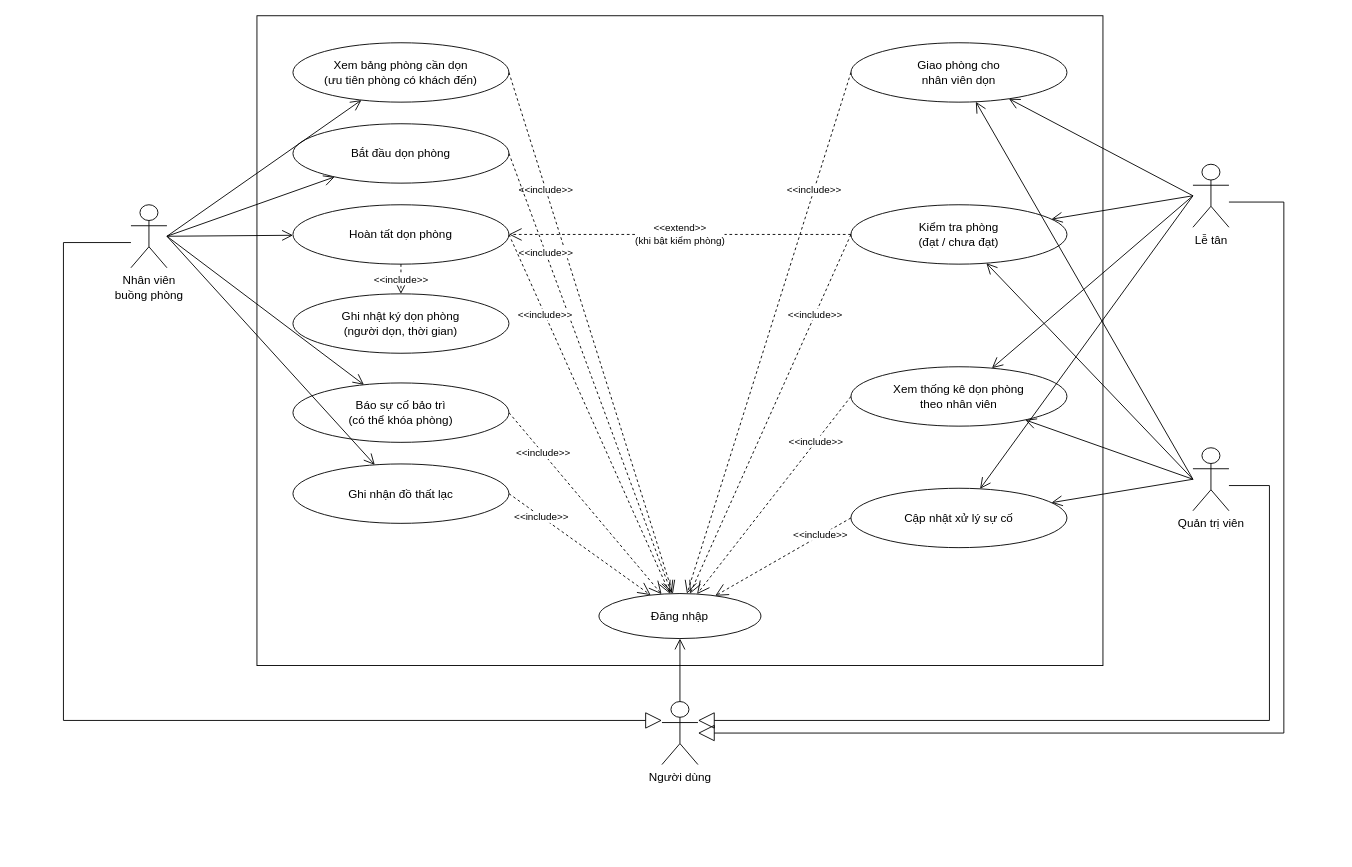
Before: docs/use-case/phan-ra/uc6-don-kiem-phong.drawio in ngynquchn2511/beach-hotel, a draw.io diagram. Source tidied: cells renumbered, new cells numbered last; positions are measured from the earlier drawing's top-left corner, leaving out a move shared by most shapes. Both pictures are drawn from the tidied source at 90%, with x=0, y=0 at pixel (63, 15).
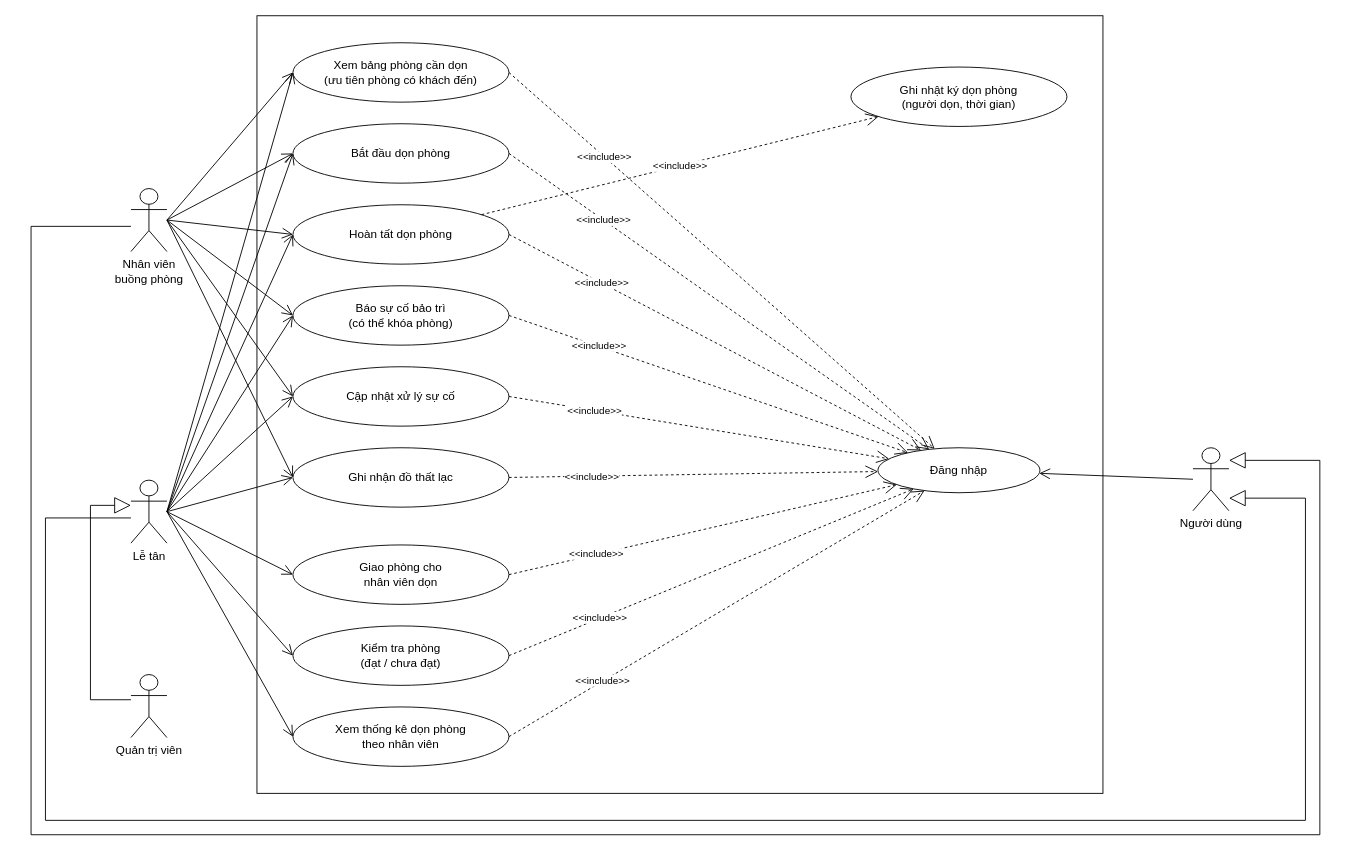
The same page after the edit.

The change refers to these unchanged cells:
```xml
<mxCell id="3" value="Xem bảng phòng cần dọn&lt;br&gt;(ưu tiên phòng có khách đến)" style="ellipse;whiteSpace=wrap;html=1;fillColor=#FFFFFF;strokeColor=#000000;fontSize=13;" parent="1" vertex="1">
  <mxGeometry x="255" y="30" width="240" height="66" as="geometry" />
</mxCell>
<mxCell id="4" value="Bắt đầu dọn phòng" style="ellipse;whiteSpace=wrap;html=1;fillColor=#FFFFFF;strokeColor=#000000;fontSize=13;" parent="1" vertex="1">
  <mxGeometry x="255" y="120" width="240" height="66" as="geometry" />
</mxCell>
<mxCell id="5" value="Hoàn tất dọn phòng" style="ellipse;whiteSpace=wrap;html=1;fillColor=#FFFFFF;strokeColor=#000000;fontSize=13;" parent="1" vertex="1">
  <mxGeometry x="255" y="210" width="240" height="66" as="geometry" />
</mxCell>
```

What changed in the source:
```diff
@@
     <mxCell id="2" style="rounded=0;whiteSpace=wrap;html=1;fillColor=none;strokeColor=#000000;" parent="1" vertex="1">
-      <mxGeometry x="215" width="940" height="722" as="geometry" />
+      <mxGeometry x="215" width="940" height="864" as="geometry" />
     </mxCell>
@@
     <mxCell id="6" value="Báo sự cố bảo trì&lt;br&gt;(có thể khóa phòng)" style="ellipse;whiteSpace=wrap;html=1;fillColor=#FFFFFF;strokeColor=#000000;fontSize=13;" parent="1" vertex="1">
-      <mxGeometry x="255" y="408" width="240" height="66" as="geometry" />
+      <mxGeometry x="255" y="300" width="240" height="66" as="geometry" />
     </mxCell>
+    <mxCell id="12" value="Cập nhật xử lý sự cố" style="ellipse;whiteSpace=wrap;html=1;fillColor=#FFFFFF;strokeColor=#000000;fontSize=13;" parent="1" vertex="1">
+      <mxGeometry x="255" y="390" width="240" height="66" as="geometry" />
+    </mxCell>
     <mxCell id="7" value="Ghi nhận đồ thất lạc" style="ellipse;whiteSpace=wrap;html=1;fillColor=#FFFFFF;strokeColor=#000000;fontSize=13;" parent="1" vertex="1">
-      <mxGeometry x="255" y="498" width="240" height="66" as="geometry" />
+      <mxGeometry x="255" y="480" width="240" height="66" as="geometry" />
     </mxCell>
-    <mxCell id="8" value="Ghi nhật ký dọn phòng&lt;br&gt;(người dọn, thời gian)" style="ellipse;whiteSpace=wrap;html=1;fillColor=#FFFFFF;strokeColor=#000000;fontSize=13;" parent="1" vertex="1">
-      <mxGeometry x="255" y="309" width="240" height="66" as="geometry" />
-    </mxCell>
     <mxCell id="9" value="Giao phòng cho&lt;br&gt;nhân viên dọn" style="ellipse;whiteSpace=wrap;html=1;fillColor=#FFFFFF;strokeColor=#000000;fontSize=13;" parent="1" vertex="1">
-      <mxGeometry x="875" y="30" width="240" height="66" as="geometry" />
+      <mxGeometry x="255" y="588" width="240" height="66" as="geometry" />
     </mxCell>
     <mxCell id="10" value="Kiểm tra phòng&lt;br&gt;(đạt / chưa đạt)" style="ellipse;whiteSpace=wrap;html=1;fillColor=#FFFFFF;strokeColor=#000000;fontSize=13;" parent="1" vertex="1">
-      <mxGeometry x="875" y="210" width="240" height="66" as="geometry" />
+      <mxGeometry x="255" y="678" width="240" height="66" as="geometry" />
     </mxCell>
     <mxCell id="11" value="Xem thống kê dọn phòng&lt;br&gt;theo nhân viên" style="ellipse;whiteSpace=wrap;html=1;fillColor=#FFFFFF;strokeColor=#000000;fontSize=13;" parent="1" vertex="1">
-      <mxGeometry x="875" y="390" width="240" height="66" as="geometry" />
+      <mxGeometry x="255" y="768" width="240" height="66" as="geometry" />
     </mxCell>
-    <mxCell id="12" value="Cập nhật xử lý sự cố" style="ellipse;whiteSpace=wrap;html=1;fillColor=#FFFFFF;strokeColor=#000000;fontSize=13;" parent="1" vertex="1">
-      <mxGeometry x="875" y="525" width="240" height="66" as="geometry" />
-    </mxCell>
+    <mxCell id="8" value="Ghi nhật ký dọn phòng&lt;br&gt;(người dọn, thời gian)" style="ellipse;whiteSpace=wrap;html=1;fillColor=#FFFFFF;strokeColor=#000000;fontSize=13;" parent="1" vertex="1">
+      <mxGeometry x="875" y="57" width="240" height="66" as="geometry" />
+    </mxCell>
     <mxCell id="13" value="Đăng nhập" style="ellipse;whiteSpace=wrap;html=1;fillColor=#FFFFFF;strokeColor=#000000;fontSize=13;" parent="1" vertex="1">
-      <mxGeometry x="595" y="642" width="180" height="50" as="geometry" />
+      <mxGeometry x="905" y="480" width="180" height="50" as="geometry" />
     </mxCell>
     <mxCell id="14" value="Nhân viên&lt;br&gt;buồng phòng" style="shape=umlActor;verticalLabelPosition=bottom;verticalAlign=top;html=1;outlineConnect=0;fillColor=#FFFFFF;strokeColor=#000000;fontSize=13;" parent="1" vertex="1">
-      <mxGeometry x="75" y="210" width="40" height="70" as="geometry" />
+      <mxGeometry x="75" y="192" width="40" height="70" as="geometry" />
     </mxCell>
     <mxCell id="15" value="Lễ tân" style="shape=umlActor;verticalLabelPosition=bottom;verticalAlign=top;html=1;outlineConnect=0;fillColor=#FFFFFF;strokeColor=#000000;fontSize=13;" parent="1" vertex="1">
-      <mxGeometry x="1255" y="165" width="40" height="70" as="geometry" />
+      <mxGeometry x="75" y="516" width="40" height="70" as="geometry" />
     </mxCell>
     <mxCell id="16" value="Quản trị viên" style="shape=umlActor;verticalLabelPosition=bottom;verticalAlign=top;html=1;outlineConnect=0;fillColor=#FFFFFF;strokeColor=#000000;fontSize=13;" parent="1" vertex="1">
-      <mxGeometry x="1255" y="480" width="40" height="70" as="geometry" />
+      <mxGeometry x="75" y="732" width="40" height="70" as="geometry" />
     </mxCell>
-    <mxCell id="17" style="endArrow=open;endSize=10;html=1;rounded=0;strokeColor=#000000;exitX=1;exitY=0.5;exitDx=0;exitDy=0;exitPerimeter=0;" parent="1" edge="1" source="14" target="3">
+    <mxCell id="17" style="endArrow=open;endSize=10;html=1;rounded=0;strokeColor=#000000;exitX=1;exitY=0.5;exitDx=0;exitDy=0;exitPerimeter=0;entryX=0;entryY=0.5;entryDx=0;entryDy=0;" parent="1" edge="1" source="14" target="3">
       <mxGeometry relative="1" as="geometry" />
     </mxCell>
-    <mxCell id="18" style="endArrow=open;endSize=10;html=1;rounded=0;strokeColor=#000000;exitX=1;exitY=0.5;exitDx=0;exitDy=0;exitPerimeter=0;" parent="1" edge="1" source="14" target="4">
+    <mxCell id="18" style="endArrow=open;endSize=10;html=1;rounded=0;strokeColor=#000000;exitX=1;exitY=0.5;exitDx=0;exitDy=0;exitPerimeter=0;entryX=0;entryY=0.5;entryDx=0;entryDy=0;" parent="1" edge="1" source="14" target="4">
       <mxGeometry relative="1" as="geometry" />
     </mxCell>
-    <mxCell id="19" style="endArrow=open;endSize=10;html=1;rounded=0;strokeColor=#000000;exitX=1;exitY=0.5;exitDx=0;exitDy=0;exitPerimeter=0;" parent="1" edge="1" source="14" target="5">
+    <mxCell id="19" style="endArrow=open;endSize=10;html=1;rounded=0;strokeColor=#000000;exitX=1;exitY=0.5;exitDx=0;exitDy=0;exitPerimeter=0;entryX=0;entryY=0.5;entryDx=0;entryDy=0;" parent="1" edge="1" source="14" target="5">
       <mxGeometry relative="1" as="geometry" />
     </mxCell>
-    <mxCell id="20" style="endArrow=open;endSize=10;html=1;rounded=0;strokeColor=#000000;exitX=1;exitY=0.5;exitDx=0;exitDy=0;exitPerimeter=0;" parent="1" edge="1" source="14" target="6">
+    <mxCell id="20" style="endArrow=open;endSize=10;html=1;rounded=0;strokeColor=#000000;exitX=1;exitY=0.5;exitDx=0;exitDy=0;exitPerimeter=0;entryX=0;entryY=0.5;entryDx=0;entryDy=0;" parent="1" edge="1" source="14" target="6">
       <mxGeometry relative="1" as="geometry" />
     </mxCell>
-    <mxCell id="21" style="endArrow=open;endSize=10;html=1;rounded=0;strokeColor=#000000;exitX=1;exitY=0.5;exitDx=0;exitDy=0;exitPerimeter=0;" parent="1" edge="1" source="14" target="7">
+    <mxCell id="21" style="endArrow=open;endSize=10;html=1;rounded=0;strokeColor=#000000;exitX=1;exitY=0.5;exitDx=0;exitDy=0;exitPerimeter=0;entryX=0;entryY=0.5;entryDx=0;entryDy=0;" parent="1" edge="1" source="14" target="12">
       <mxGeometry relative="1" as="geometry" />
     </mxCell>
-    <mxCell id="22" style="endArrow=open;endSize=10;html=1;rounded=0;strokeColor=#000000;exitX=0;exitY=0.5;exitDx=0;exitDy=0;exitPerimeter=0;" parent="1" edge="1" source="15" target="9">
+    <mxCell id="22" style="endArrow=open;endSize=10;html=1;rounded=0;strokeColor=#000000;exitX=1;exitY=0.5;exitDx=0;exitDy=0;exitPerimeter=0;entryX=0;entryY=0.5;entryDx=0;entryDy=0;" parent="1" edge="1" source="14" target="7">
       <mxGeometry relative="1" as="geometry" />
     </mxCell>
-    <mxCell id="23" style="endArrow=open;endSize=10;html=1;rounded=0;strokeColor=#000000;exitX=0;exitY=0.5;exitDx=0;exitDy=0;exitPerimeter=0;" parent="1" edge="1" source="16" target="9">
+    <mxCell id="23" style="endArrow=open;endSize=10;html=1;rounded=0;strokeColor=#000000;exitX=1;exitY=0.5;exitDx=0;exitDy=0;exitPerimeter=0;entryX=0;entryY=0.5;entryDx=0;entryDy=0;" parent="1" edge="1" source="15" target="3">
       <mxGeometry relative="1" as="geometry" />
     </mxCell>
-    <mxCell id="24" style="endArrow=open;endSize=10;html=1;rounded=0;strokeColor=#000000;exitX=0;exitY=0.5;exitDx=0;exitDy=0;exitPerimeter=0;" parent="1" edge="1" source="15" target="10">
+    <mxCell id="24" style="endArrow=open;endSize=10;html=1;rounded=0;strokeColor=#000000;exitX=1;exitY=0.5;exitDx=0;exitDy=0;exitPerimeter=0;entryX=0;entryY=0.5;entryDx=0;entryDy=0;" parent="1" edge="1" source="15" target="4">
       <mxGeometry relative="1" as="geometry" />
     </mxCell>
-    <mxCell id="25" style="endArrow=open;endSize=10;html=1;rounded=0;strokeColor=#000000;exitX=0;exitY=0.5;exitDx=0;exitDy=0;exitPerimeter=0;" parent="1" edge="1" source="16" target="10">
+    <mxCell id="25" style="endArrow=open;endSize=10;html=1;rounded=0;strokeColor=#000000;exitX=1;exitY=0.5;exitDx=0;exitDy=0;exitPerimeter=0;entryX=0;entryY=0.5;entryDx=0;entryDy=0;" parent="1" edge="1" source="15" target="5">
       <mxGeometry relative="1" as="geometry" />
     </mxCell>
-    <mxCell id="26" style="endArrow=open;endSize=10;html=1;rounded=0;strokeColor=#000000;exitX=0;exitY=0.5;exitDx=0;exitDy=0;exitPerimeter=0;" parent="1" edge="1" source="15" target="11">
+    <mxCell id="26" style="endArrow=open;endSize=10;html=1;rounded=0;strokeColor=#000000;exitX=1;exitY=0.5;exitDx=0;exitDy=0;exitPerimeter=0;entryX=0;entryY=0.5;entryDx=0;entryDy=0;" parent="1" edge="1" source="15" target="6">
       <mxGeometry relative="1" as="geometry" />
     </mxCell>
-    <mxCell id="27" style="endArrow=open;endSize=10;html=1;rounded=0;strokeColor=#000000;exitX=0;exitY=0.5;exitDx=0;exitDy=0;exitPerimeter=0;" parent="1" edge="1" source="16" target="11">
+    <mxCell id="27" style="endArrow=open;endSize=10;html=1;rounded=0;strokeColor=#000000;exitX=1;exitY=0.5;exitDx=0;exitDy=0;exitPerimeter=0;entryX=0;entryY=0.5;entryDx=0;entryDy=0;" parent="1" edge="1" source="15" target="12">
       <mxGeometry relative="1" as="geometry" />
     </mxCell>
-    <mxCell id="28" style="endArrow=open;endSize=10;html=1;rounded=0;strokeColor=#000000;exitX=0;exitY=0.5;exitDx=0;exitDy=0;exitPerimeter=0;" parent="1" edge="1" source="15" target="12">
+    <mxCell id="28" style="endArrow=open;endSize=10;html=1;rounded=0;strokeColor=#000000;exitX=1;exitY=0.5;exitDx=0;exitDy=0;exitPerimeter=0;entryX=0;entryY=0.5;entryDx=0;entryDy=0;" parent="1" edge="1" source="15" target="7">
       <mxGeometry relative="1" as="geometry" />
     </mxCell>
-    <mxCell id="29" style="endArrow=open;endSize=10;html=1;rounded=0;strokeColor=#000000;exitX=0;exitY=0.5;exitDx=0;exitDy=0;exitPerimeter=0;" parent="1" edge="1" source="16" target="12">
+    <mxCell id="29" style="endArrow=open;endSize=10;html=1;rounded=0;strokeColor=#000000;exitX=1;exitY=0.5;exitDx=0;exitDy=0;exitPerimeter=0;entryX=0;entryY=0.5;entryDx=0;entryDy=0;" parent="1" edge="1" source="15" target="9">
       <mxGeometry relative="1" as="geometry" />
     </mxCell>
-    <mxCell id="30" value="&amp;lt;&amp;lt;include&amp;gt;&amp;gt;" style="endArrow=open;endSize=12;dashed=1;html=1;rounded=0;strokeColor=#000000;fontSize=11;labelBackgroundColor=#FFFFFF;" parent="1" edge="1" source="5" target="8">
+    <mxCell id="30" style="endArrow=open;endSize=10;html=1;rounded=0;strokeColor=#000000;exitX=1;exitY=0.5;exitDx=0;exitDy=0;exitPerimeter=0;entryX=0;entryY=0.5;entryDx=0;entryDy=0;" parent="1" edge="1" source="15" target="10">
       <mxGeometry relative="1" as="geometry" />
     </mxCell>
-    <mxCell id="31" value="&amp;lt;&amp;lt;extend&amp;gt;&amp;gt;&lt;br&gt;(khi bật kiểm phòng)" style="endArrow=open;endSize=12;dashed=1;html=1;rounded=0;strokeColor=#000000;fontSize=11;labelBackgroundColor=#FFFFFF;" parent="1" edge="1" source="10" target="5">
+    <mxCell id="31" style="endArrow=open;endSize=10;html=1;rounded=0;strokeColor=#000000;exitX=1;exitY=0.5;exitDx=0;exitDy=0;exitPerimeter=0;entryX=0;entryY=0.5;entryDx=0;entryDy=0;" parent="1" edge="1" source="15" target="11">
       <mxGeometry relative="1" as="geometry" />
     </mxCell>
-    <mxCell id="32" value="&amp;lt;&amp;lt;include&amp;gt;&amp;gt;" style="endArrow=open;endSize=12;dashed=1;html=1;rounded=0;strokeColor=#000000;fontSize=11;labelBackgroundColor=#FFFFFF;exitX=1;exitY=0.5;exitDx=0;exitDy=0;" parent="1" edge="1" source="3" target="13">
-      <mxGeometry x="-0.55" relative="1" as="geometry" />
+    <mxCell id="32" value="&amp;lt;&amp;lt;include&amp;gt;&amp;gt;" style="endArrow=open;endSize=12;dashed=1;html=1;rounded=0;strokeColor=#000000;fontSize=11;labelBackgroundColor=#FFFFFF;" parent="1" edge="1" source="5" target="8">
+      <mxGeometry relative="1" as="geometry" />
     </mxCell>
-    <mxCell id="33" value="&amp;lt;&amp;lt;include&amp;gt;&amp;gt;" style="endArrow=open;endSize=12;dashed=1;html=1;rounded=0;strokeColor=#000000;fontSize=11;labelBackgroundColor=#FFFFFF;exitX=1;exitY=0.5;exitDx=0;exitDy=0;" parent="1" edge="1" source="4" target="13">
+    <mxCell id="33" value="&amp;lt;&amp;lt;include&amp;gt;&amp;gt;" style="endArrow=open;endSize=12;dashed=1;html=1;rounded=0;strokeColor=#000000;fontSize=11;labelBackgroundColor=#FFFFFF;exitX=1;exitY=0.5;exitDx=0;exitDy=0;" parent="1" edge="1" source="3" target="13">
       <mxGeometry x="-0.55" relative="1" as="geometry" />
     </mxCell>
-    <mxCell id="34" value="&amp;lt;&amp;lt;include&amp;gt;&amp;gt;" style="endArrow=open;endSize=12;dashed=1;html=1;rounded=0;strokeColor=#000000;fontSize=11;labelBackgroundColor=#FFFFFF;exitX=1;exitY=0.5;exitDx=0;exitDy=0;" parent="1" edge="1" source="5" target="13">
+    <mxCell id="34" value="&amp;lt;&amp;lt;include&amp;gt;&amp;gt;" style="endArrow=open;endSize=12;dashed=1;html=1;rounded=0;strokeColor=#000000;fontSize=11;labelBackgroundColor=#FFFFFF;exitX=1;exitY=0.5;exitDx=0;exitDy=0;" parent="1" edge="1" source="4" target="13">
       <mxGeometry x="-0.55" relative="1" as="geometry" />
     </mxCell>
-    <mxCell id="35" value="&amp;lt;&amp;lt;include&amp;gt;&amp;gt;" style="endArrow=open;endSize=12;dashed=1;html=1;rounded=0;strokeColor=#000000;fontSize=11;labelBackgroundColor=#FFFFFF;exitX=1;exitY=0.5;exitDx=0;exitDy=0;" parent="1" edge="1" source="6" target="13">
+    <mxCell id="35" value="&amp;lt;&amp;lt;include&amp;gt;&amp;gt;" style="endArrow=open;endSize=12;dashed=1;html=1;rounded=0;strokeColor=#000000;fontSize=11;labelBackgroundColor=#FFFFFF;exitX=1;exitY=0.5;exitDx=0;exitDy=0;" parent="1" edge="1" source="5" target="13">
       <mxGeometry x="-0.55" relative="1" as="geometry" />
     </mxCell>
-    <mxCell id="36" value="&amp;lt;&amp;lt;include&amp;gt;&amp;gt;" style="endArrow=open;endSize=12;dashed=1;html=1;rounded=0;strokeColor=#000000;fontSize=11;labelBackgroundColor=#FFFFFF;exitX=1;exitY=0.5;exitDx=0;exitDy=0;" parent="1" edge="1" source="7" target="13">
+    <mxCell id="36" value="&amp;lt;&amp;lt;include&amp;gt;&amp;gt;" style="endArrow=open;endSize=12;dashed=1;html=1;rounded=0;strokeColor=#000000;fontSize=11;labelBackgroundColor=#FFFFFF;exitX=1;exitY=0.5;exitDx=0;exitDy=0;" parent="1" edge="1" source="6" target="13">
       <mxGeometry x="-0.55" relative="1" as="geometry" />
     </mxCell>
-    <mxCell id="37" value="&amp;lt;&amp;lt;include&amp;gt;&amp;gt;" style="endArrow=open;endSize=12;dashed=1;html=1;rounded=0;strokeColor=#000000;fontSize=11;labelBackgroundColor=#FFFFFF;exitX=0;exitY=0.5;exitDx=0;exitDy=0;" parent="1" edge="1" source="9" target="13">
+    <mxCell id="37" value="&amp;lt;&amp;lt;include&amp;gt;&amp;gt;" style="endArrow=open;endSize=12;dashed=1;html=1;rounded=0;strokeColor=#000000;fontSize=11;labelBackgroundColor=#FFFFFF;exitX=1;exitY=0.5;exitDx=0;exitDy=0;" parent="1" edge="1" source="12" target="13">
       <mxGeometry x="-0.55" relative="1" as="geometry" />
     </mxCell>
-    <mxCell id="38" value="&amp;lt;&amp;lt;include&amp;gt;&amp;gt;" style="endArrow=open;endSize=12;dashed=1;html=1;rounded=0;strokeColor=#000000;fontSize=11;labelBackgroundColor=#FFFFFF;exitX=0;exitY=0.5;exitDx=0;exitDy=0;" parent="1" edge="1" source="10" target="13">
+    <mxCell id="38" value="&amp;lt;&amp;lt;include&amp;gt;&amp;gt;" style="endArrow=open;endSize=12;dashed=1;html=1;rounded=0;strokeColor=#000000;fontSize=11;labelBackgroundColor=#FFFFFF;exitX=1;exitY=0.5;exitDx=0;exitDy=0;" parent="1" edge="1" source="7" target="13">
       <mxGeometry x="-0.55" relative="1" as="geometry" />
     </mxCell>
-    <mxCell id="39" value="&amp;lt;&amp;lt;include&amp;gt;&amp;gt;" style="endArrow=open;endSize=12;dashed=1;html=1;rounded=0;strokeColor=#000000;fontSize=11;labelBackgroundColor=#FFFFFF;exitX=0;exitY=0.5;exitDx=0;exitDy=0;" parent="1" edge="1" source="11" target="13">
+    <mxCell id="39" value="&amp;lt;&amp;lt;include&amp;gt;&amp;gt;" style="endArrow=open;endSize=12;dashed=1;html=1;rounded=0;strokeColor=#000000;fontSize=11;labelBackgroundColor=#FFFFFF;exitX=1;exitY=0.5;exitDx=0;exitDy=0;" parent="1" edge="1" source="9" target="13">
       <mxGeometry x="-0.55" relative="1" as="geometry" />
     </mxCell>
-    <mxCell id="40" value="&amp;lt;&amp;lt;include&amp;gt;&amp;gt;" style="endArrow=open;endSize=12;dashed=1;html=1;rounded=0;strokeColor=#000000;fontSize=11;labelBackgroundColor=#FFFFFF;exitX=0;exitY=0.5;exitDx=0;exitDy=0;" parent="1" edge="1" source="12" target="13">
+    <mxCell id="40" value="&amp;lt;&amp;lt;include&amp;gt;&amp;gt;" style="endArrow=open;endSize=12;dashed=1;html=1;rounded=0;strokeColor=#000000;fontSize=11;labelBackgroundColor=#FFFFFF;exitX=1;exitY=0.5;exitDx=0;exitDy=0;" parent="1" edge="1" source="10" target="13">
       <mxGeometry x="-0.55" relative="1" as="geometry" />
     </mxCell>
-    <mxCell id="41" value="Người dùng" style="shape=umlActor;verticalLabelPosition=bottom;verticalAlign=top;html=1;outlineConnect=0;fillColor=#FFFFFF;strokeColor=#000000;fontSize=13;" parent="1" vertex="1">
-      <mxGeometry x="665" y="762" width="40" height="70" as="geometry" />
-    </mxCell>
-    <mxCell id="42" style="endArrow=open;endSize=10;html=1;rounded=0;strokeColor=#000000;exitX=0.5;exitY=0;exitDx=0;exitDy=0;exitPerimeter=0;" parent="1" edge="1" source="41" target="13">
-      <mxGeometry relative="1" as="geometry" />
+    <mxCell id="42" value="&amp;lt;&amp;lt;include&amp;gt;&amp;gt;" style="endArrow=open;endSize=12;dashed=1;html=1;rounded=0;strokeColor=#000000;fontSize=11;labelBackgroundColor=#FFFFFF;exitX=1;exitY=0.5;exitDx=0;exitDy=0;" parent="1" edge="1" source="11" target="13">
+      <mxGeometry x="-0.55" relative="1" as="geometry" />
     </mxCell>
-    <mxCell id="43" style="endArrow=block;endSize=16;endFill=0;html=1;rounded=0;strokeColor=#000000;exitX=0;exitY=0.6;exitDx=0;exitDy=0;exitPerimeter=0;entryX=0;entryY=0.3;entryDx=0;entryDy=0;entryPerimeter=0;" parent="1" edge="1" source="14" target="41">
+    <mxCell id="43" style="endArrow=block;endSize=16;endFill=0;html=1;rounded=0;strokeColor=#000000;exitX=0;exitY=0.4;exitDx=0;exitDy=0;exitPerimeter=0;entryX=0;entryY=0.4;entryDx=0;entryDy=0;entryPerimeter=0;" parent="1" edge="1" source="16" target="15">
       <mxGeometry relative="1" as="geometry">
         <Array as="points">
-          <mxPoint y="252" />
-          <mxPoint y="783" />
+          <mxPoint x="30" y="760" />
+          <mxPoint x="30" y="544" />
         </Array>
       </mxGeometry>
     </mxCell>
+    <mxCell id="41" value="Người dùng" style="shape=umlActor;verticalLabelPosition=bottom;verticalAlign=top;html=1;outlineConnect=0;fillColor=#FFFFFF;strokeColor=#000000;fontSize=13;" parent="1" vertex="1">
+      <mxGeometry x="1255" y="480" width="40" height="70" as="geometry" />
+    </mxCell>
-    <mxCell id="44" style="endArrow=block;endSize=16;endFill=0;html=1;rounded=0;strokeColor=#000000;exitX=1;exitY=0.6;exitDx=0;exitDy=0;exitPerimeter=0;entryX=1;entryY=0.3;entryDx=0;entryDy=0;entryPerimeter=0;" parent="1" edge="1" source="16" target="41">
-      <mxGeometry relative="1" as="geometry">
-        <Array as="points">
-          <mxPoint x="1340" y="522" />
-          <mxPoint x="1340" y="783" />
-        </Array>
-      </mxGeometry>
+    <mxCell id="44" style="endArrow=open;endSize=10;html=1;rounded=0;strokeColor=#000000;exitX=0;exitY=0.5;exitDx=0;exitDy=0;exitPerimeter=0;" parent="1" edge="1" source="41" target="13">
+      <mxGeometry relative="1" as="geometry" />
     </mxCell>
-    <mxCell id="45" style="endArrow=block;endSize=16;endFill=0;html=1;rounded=0;strokeColor=#000000;exitX=1;exitY=0.6;exitDx=0;exitDy=0;exitPerimeter=0;entryX=1;entryY=0.5;entryDx=0;entryDy=0;entryPerimeter=0;" parent="1" edge="1" source="15" target="41">
+    <mxCell id="45" style="endArrow=block;endSize=16;endFill=0;html=1;rounded=0;strokeColor=#000000;exitX=0;exitY=0.6;exitDx=0;exitDy=0;exitPerimeter=0;entryX=1;entryY=0.8;entryDx=0;entryDy=0;entryPerimeter=0;" parent="1" edge="1" source="15" target="41">
       <mxGeometry relative="1" as="geometry">
         <Array as="points">
-          <mxPoint x="1356" y="207" />
-          <mxPoint x="1356" y="797" />
+          <mxPoint x="-20" y="558" />
+          <mxPoint x="-20" y="894" />
+          <mxPoint x="1380" y="894" />
+          <mxPoint x="1380" y="536" />
         </Array>
       </mxGeometry>
     </mxCell>
+    <mxCell id="46" style="endArrow=block;endSize=16;endFill=0;html=1;rounded=0;strokeColor=#000000;exitX=0;exitY=0.6;exitDx=0;exitDy=0;exitPerimeter=0;entryX=1;entryY=0.2;entryDx=0;entryDy=0;entryPerimeter=0;" parent="1" edge="1" source="14" target="41">
+      <mxGeometry relative="1" as="geometry">
+        <Array as="points">
+          <mxPoint x="-36" y="234" />
+          <mxPoint x="-36" y="910" />
+          <mxPoint x="1396" y="910" />
+          <mxPoint x="1396" y="494" />
+        </Array>
+      </mxGeometry>
+    </mxCell>
```
